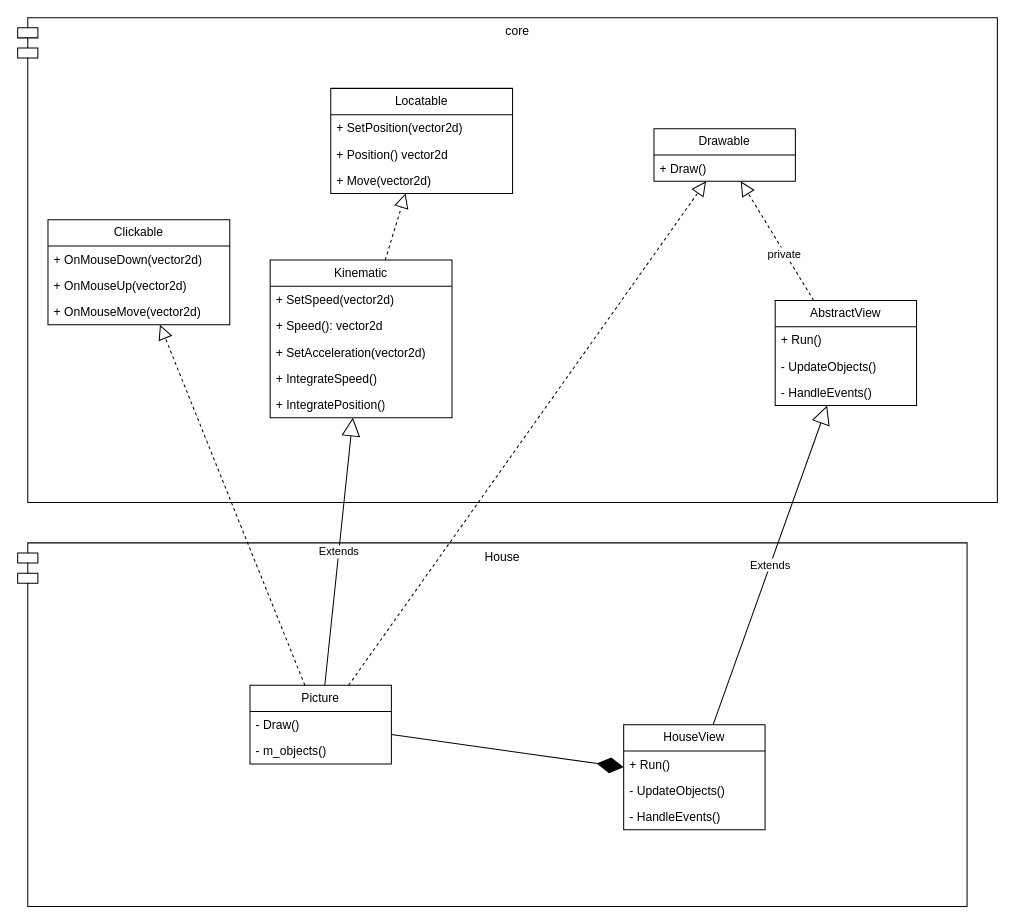
Earlier version of the draw.io diagram labs/lab1/house/house.drawio (Depiflaks/CG). Source tidied: cells renumbered, new cells numbered last; positions are measured from the earlier drawing's top-left corner, leaving out a move shared by most shapes. Both pictures are drawn from the tidied source at 101%, with x=0, y=0 at pixel (17, 17).
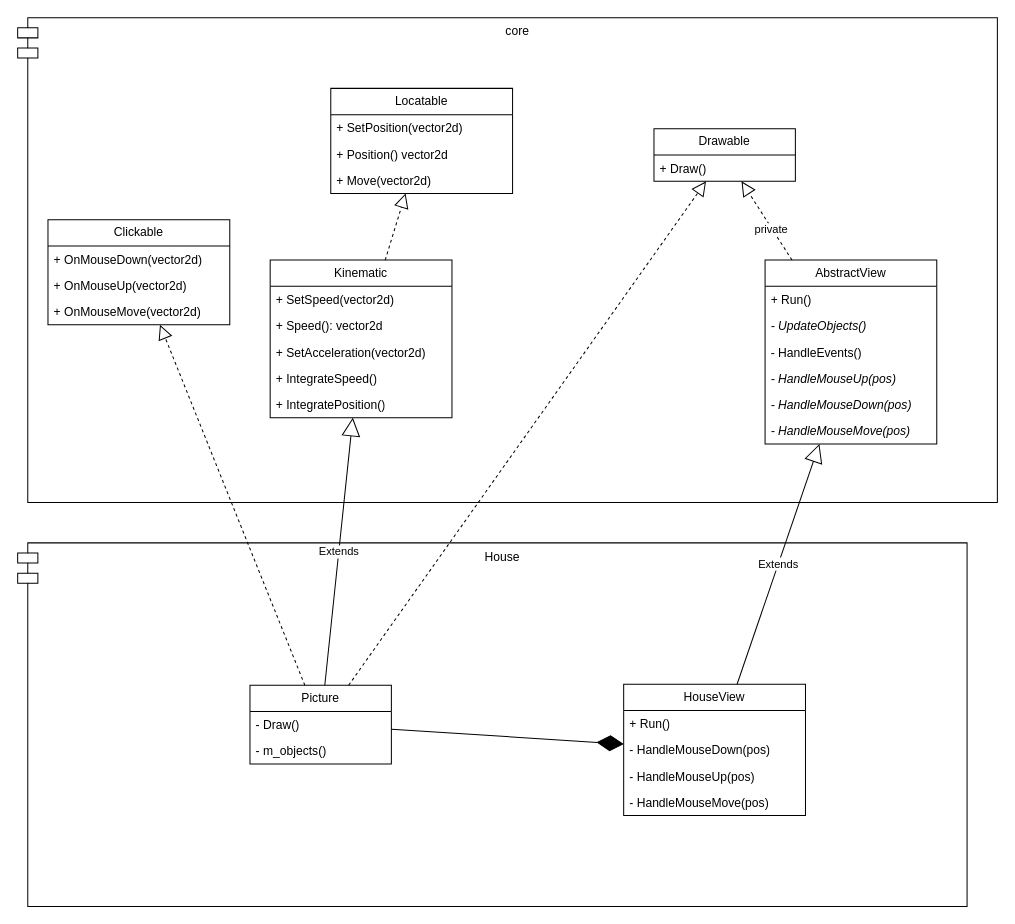
The same diagram, later.

Change to the diagram source:
```diff
@@
     <mxCell id="20" value="AbstractView" style="swimlane;fontStyle=0;horizontal=1;startSize=26;fillColor=none;whiteSpace=wrap;html=1;" parent="1" vertex="1">
-      <mxGeometry x="750" y="280" width="140" height="104" as="geometry" />
+      <mxGeometry x="740" y="240" width="170" height="182" as="geometry" />
     </mxCell>
     <mxCell id="21" value="+ Run()" style="text;strokeColor=none;fillColor=none;align=left;verticalAlign=top;spacingLeft=4;spacingRight=4;overflow=hidden;whiteSpace=wrap;html=1;" parent="20" vertex="1">
-      <mxGeometry y="26" width="140" height="26" as="geometry" />
+      <mxGeometry y="26" width="170" height="26" as="geometry" />
     </mxCell>
-    <mxCell id="22" value="- UpdateObjects()" style="text;strokeColor=none;fillColor=none;align=left;verticalAlign=top;spacingLeft=4;spacingRight=4;overflow=hidden;whiteSpace=wrap;html=1;" parent="20" vertex="1">
-      <mxGeometry y="52" width="140" height="26" as="geometry" />
+    <mxCell id="22" value="- UpdateObjects()" style="text;strokeColor=none;fillColor=none;align=left;verticalAlign=top;spacingLeft=4;spacingRight=4;overflow=hidden;whiteSpace=wrap;html=1;fontStyle=2;" parent="20" vertex="1">
+      <mxGeometry y="52" width="170" height="26" as="geometry" />
     </mxCell>
     <mxCell id="23" value="- HandleEvents()" style="text;strokeColor=none;fillColor=none;align=left;verticalAlign=top;spacingLeft=4;spacingRight=4;overflow=hidden;whiteSpace=wrap;html=1;" parent="20" vertex="1">
-      <mxGeometry y="78" width="140" height="26" as="geometry" />
+      <mxGeometry y="78" width="170" height="26" as="geometry" />
     </mxCell>
+    <mxCell id="39" value="- HandleMouseUp(pos)" style="text;strokeColor=none;fillColor=none;align=left;verticalAlign=top;spacingLeft=4;spacingRight=4;overflow=hidden;whiteSpace=wrap;html=1;fontStyle=2;" parent="20" vertex="1">
+      <mxGeometry y="104" width="170" height="26" as="geometry" />
+    </mxCell>
+    <mxCell id="40" value="- HandleMouseDown(pos)" style="text;strokeColor=none;fillColor=none;align=left;verticalAlign=top;spacingLeft=4;spacingRight=4;overflow=hidden;whiteSpace=wrap;html=1;fontStyle=2;" parent="20" vertex="1">
+      <mxGeometry y="130" width="170" height="26" as="geometry" />
+    </mxCell>
+    <mxCell id="41" value="- HandleMouseMove(pos)" style="text;strokeColor=none;fillColor=none;align=left;verticalAlign=top;spacingLeft=4;spacingRight=4;overflow=hidden;whiteSpace=wrap;html=1;fontStyle=2;" parent="20" vertex="1">
+      <mxGeometry y="156" width="170" height="26" as="geometry" />
+    </mxCell>
@@
     <mxCell id="32" value="HouseView" style="swimlane;fontStyle=0;horizontal=1;startSize=26;fillColor=none;whiteSpace=wrap;html=1;" parent="1" vertex="1">
-      <mxGeometry x="600" y="700" width="140" height="104" as="geometry" />
+      <mxGeometry x="600" y="660" width="180" height="130" as="geometry" />
     </mxCell>
     <mxCell id="33" value="+ Run()" style="text;strokeColor=none;fillColor=none;align=left;verticalAlign=top;spacingLeft=4;spacingRight=4;overflow=hidden;whiteSpace=wrap;html=1;" parent="32" vertex="1">
-      <mxGeometry y="26" width="140" height="26" as="geometry" />
+      <mxGeometry y="26" width="180" height="26" as="geometry" />
     </mxCell>
-    <mxCell id="34" value="- UpdateObjects()" style="text;strokeColor=none;fillColor=none;align=left;verticalAlign=top;spacingLeft=4;spacingRight=4;overflow=hidden;whiteSpace=wrap;html=1;" parent="32" vertex="1">
-      <mxGeometry y="52" width="140" height="26" as="geometry" />
-    </mxCell>
-    <mxCell id="35" value="- HandleEvents()" style="text;strokeColor=none;fillColor=none;align=left;verticalAlign=top;spacingLeft=4;spacingRight=4;overflow=hidden;whiteSpace=wrap;html=1;" parent="32" vertex="1">
-      <mxGeometry y="78" width="140" height="26" as="geometry" />
-    </mxCell>
+    <mxCell id="42" value="- HandleMouseDown(pos)" style="text;strokeColor=none;fillColor=none;align=left;verticalAlign=top;spacingLeft=4;spacingRight=4;overflow=hidden;whiteSpace=wrap;html=1;fontStyle=0;" parent="32" vertex="1">
+      <mxGeometry y="52" width="180" height="26" as="geometry" />
+    </mxCell>
+    <mxCell id="43" value="- HandleMouseUp(pos)" style="text;strokeColor=none;fillColor=none;align=left;verticalAlign=top;spacingLeft=4;spacingRight=4;overflow=hidden;whiteSpace=wrap;html=1;fontStyle=0;" parent="32" vertex="1">
+      <mxGeometry y="78" width="180" height="26" as="geometry" />
+    </mxCell>
+    <mxCell id="44" value="- HandleMouseMove(pos)" style="text;strokeColor=none;fillColor=none;align=left;verticalAlign=top;spacingLeft=4;spacingRight=4;overflow=hidden;whiteSpace=wrap;html=1;fontStyle=0;" parent="32" vertex="1">
+      <mxGeometry y="104" width="180" height="26" as="geometry" />
+    </mxCell>
```
